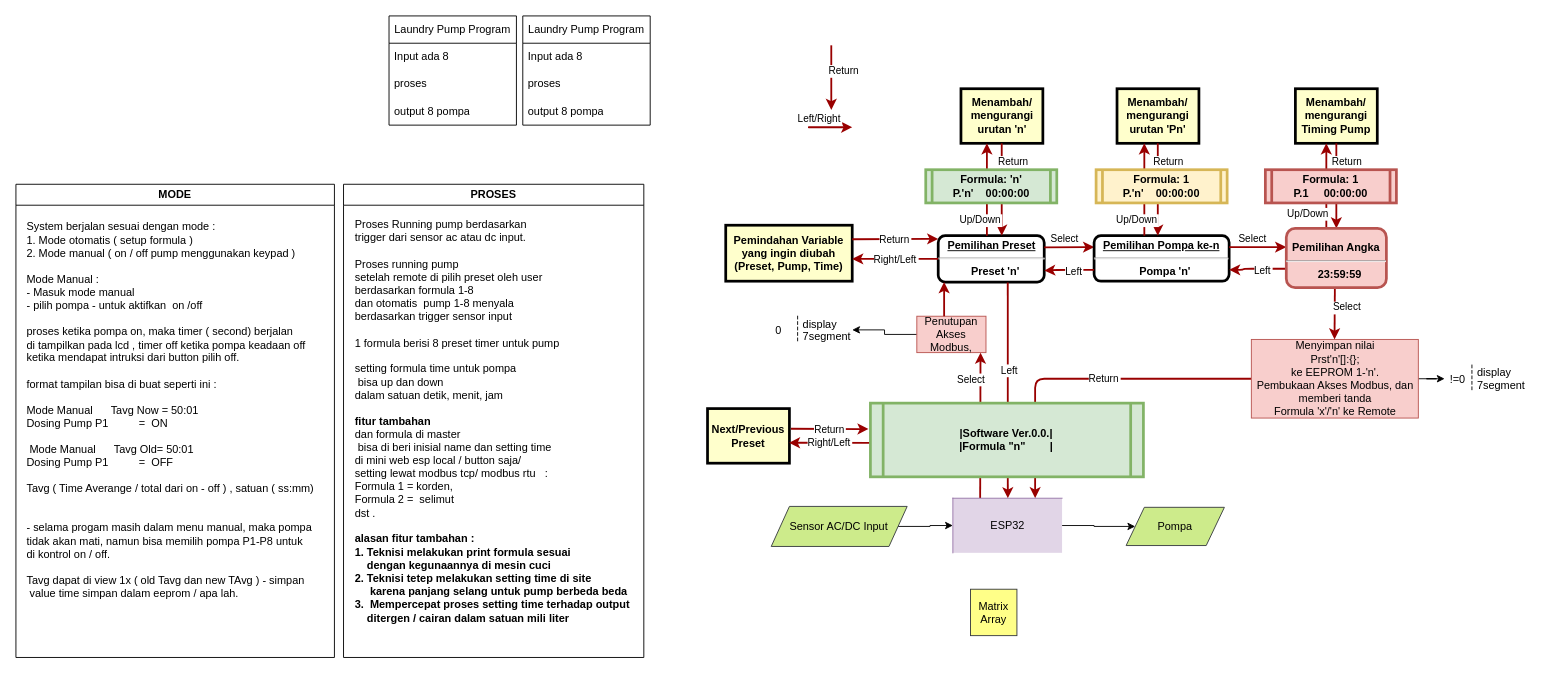
taoofeexs/SharingCode keeps this draw.io diagram as Diagram Main Program.drawio. Above is the earlier version. Source tidied: cells renumbered, new cells numbered last; positions are measured from the earlier drawing's top-left corner, leaving out a move shared by most shapes. Both pictures are drawn from the tidied source at 91%, with x=0, y=0 at pixel (15, 15).
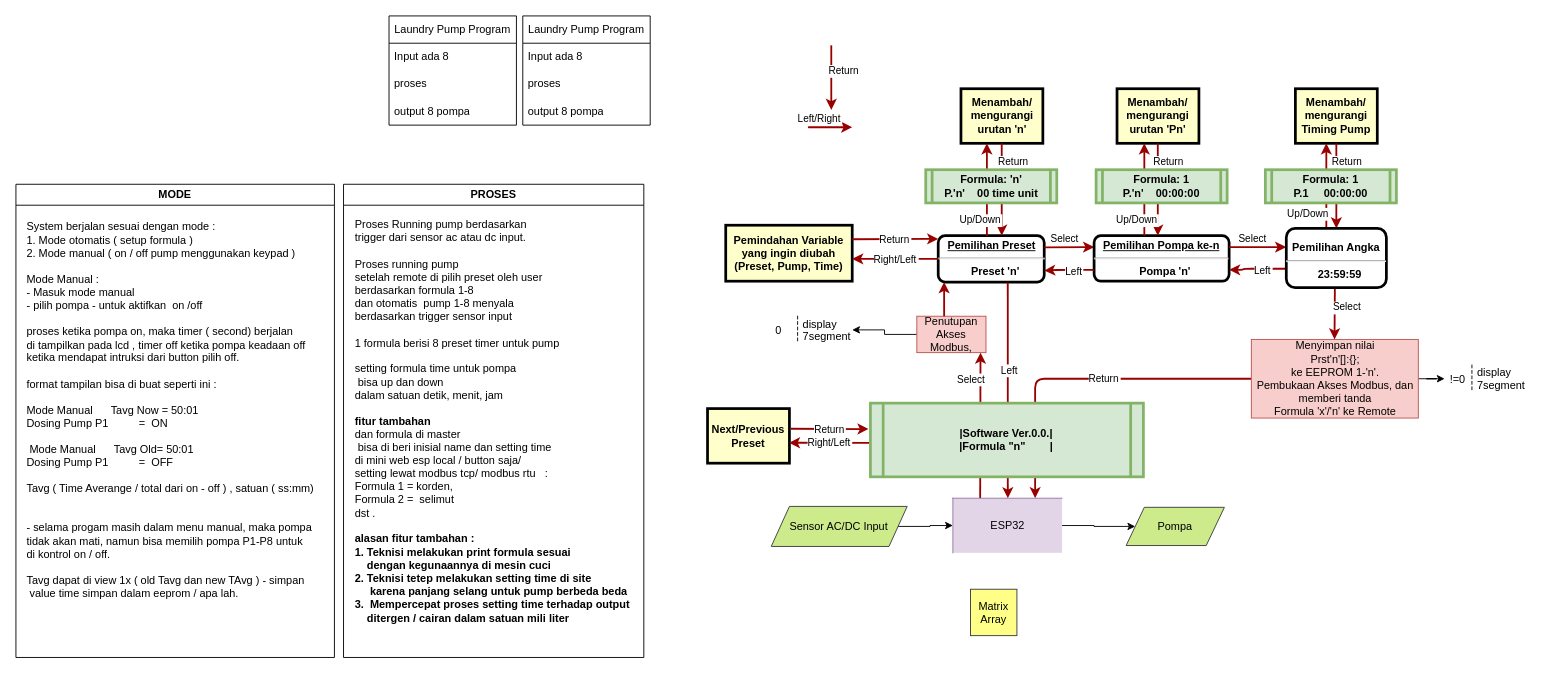
Above is the later version.

The edit, as a diff of the source:
```diff
@@
-    <mxCell id="29" value="Formula: 1&#10;P.1     00:00:00" style="shape=process;whiteSpace=wrap;align=center;verticalAlign=middle;size=0.0475;fontStyle=1;strokeWidth=3;fillColor=#f8cecc;strokeColor=#b85450;" parent="1" vertex="1">
+    <mxCell id="29" value="Formula: 1&#10;P.1     00:00:00" style="shape=process;whiteSpace=wrap;align=center;verticalAlign=middle;size=0.0475;fontStyle=1;strokeWidth=3;fillColor=#d5e8d4;strokeColor=#82b366;" parent="1" vertex="1">
       <mxGeometry x="1373" y="169" width="144" height="36.5" as="geometry" />
     </mxCell>
@@
-    <mxCell id="42" value="&lt;p style=&quot;margin: 0px 0px 0px 8px;&quot;&gt;&lt;br&gt;&lt;/p&gt;Pemilihan Angka&lt;hr&gt;&lt;p style=&quot;margin: 0px; margin-left: 8px;&quot;&gt;&lt;span style=&quot;text-wrap: wrap;&quot;&gt;23:59:59&lt;/span&gt;&lt;br&gt;&lt;/p&gt;" style="verticalAlign=middle;align=center;overflow=fill;fontSize=12;fontFamily=Helvetica;html=1;rounded=1;fontStyle=1;strokeWidth=3;fillColor=#f8cecc;strokeColor=#b85450;" parent="1" vertex="1">
+    <mxCell id="42" value="&lt;p style=&quot;margin: 0px 0px 0px 8px;&quot;&gt;&lt;br&gt;&lt;/p&gt;Pemilihan Angka&lt;hr&gt;&lt;p style=&quot;margin: 0px; margin-left: 8px;&quot;&gt;&lt;span style=&quot;text-wrap: wrap;&quot;&gt;23:59:59&lt;/span&gt;&lt;br&gt;&lt;/p&gt;" style="verticalAlign=middle;align=center;overflow=fill;fontSize=12;fontFamily=Helvetica;html=1;rounded=1;fontStyle=1;strokeWidth=3;" parent="1" vertex="1">
       <mxGeometry x="1396" y="233.5" width="110" height="65" as="geometry" />
     </mxCell>
-    <mxCell id="43" value="Formula: 1&#10;P.'n'    00:00:00" style="shape=process;whiteSpace=wrap;align=center;verticalAlign=middle;size=0.0475;fontStyle=1;strokeWidth=3;fillColor=#fff2cc;strokeColor=#d6b656;" parent="1" vertex="1">
+    <mxCell id="43" value="Formula: 1&#10;P.'n'    00:00:00" style="shape=process;whiteSpace=wrap;align=center;verticalAlign=middle;size=0.0475;fontStyle=1;strokeWidth=3;fillColor=#d5e8d4;strokeColor=#82b366;" parent="1" vertex="1">
       <mxGeometry x="1187" y="169" width="144" height="36.5" as="geometry" />
     </mxCell>
-    <mxCell id="44" value="Formula: 'n'&#10;P.'n'    00:00:00" style="shape=process;whiteSpace=wrap;align=center;verticalAlign=middle;size=0.0475;fontStyle=1;strokeWidth=3;fillColor=#d5e8d4;strokeColor=#82b366;" parent="1" vertex="1">
+    <mxCell id="44" value="Formula: 'n'&#10;P.'n'    00 time unit" style="shape=process;whiteSpace=wrap;align=center;verticalAlign=middle;size=0.0475;fontStyle=1;strokeWidth=3;fillColor=#d5e8d4;strokeColor=#82b366;" parent="1" vertex="1">
       <mxGeometry x="999.8" y="169" width="144" height="36.5" as="geometry" />
     </mxCell>
```
